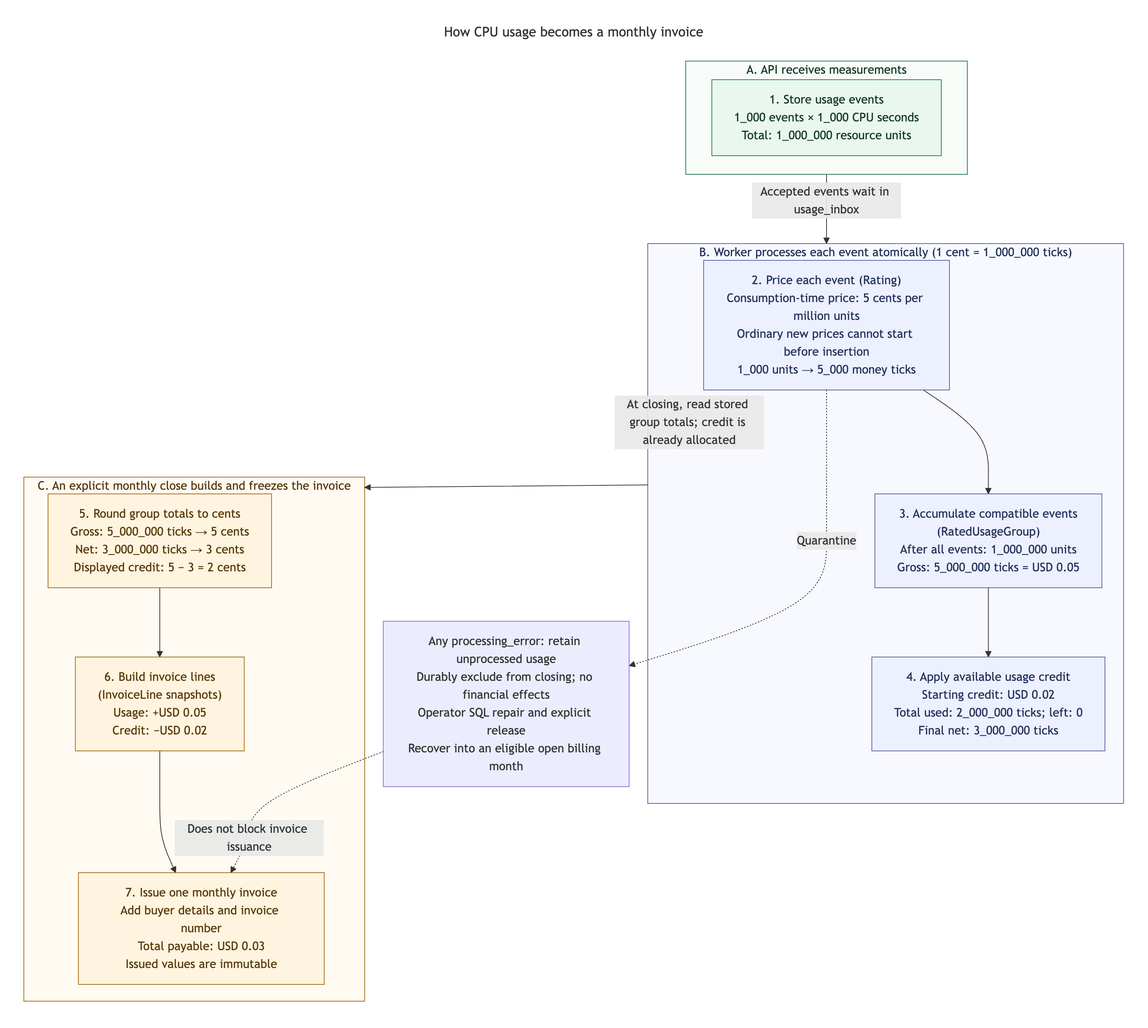
Before: docs/diagrams/usage-to-invoice/usage-to-invoice.png, a diagram exported from Mermaid (pupitooo/e2b-billing-api). Its source is kept beside it as docs/diagrams/usage-to-invoice/usage-to-invoice.mmd.
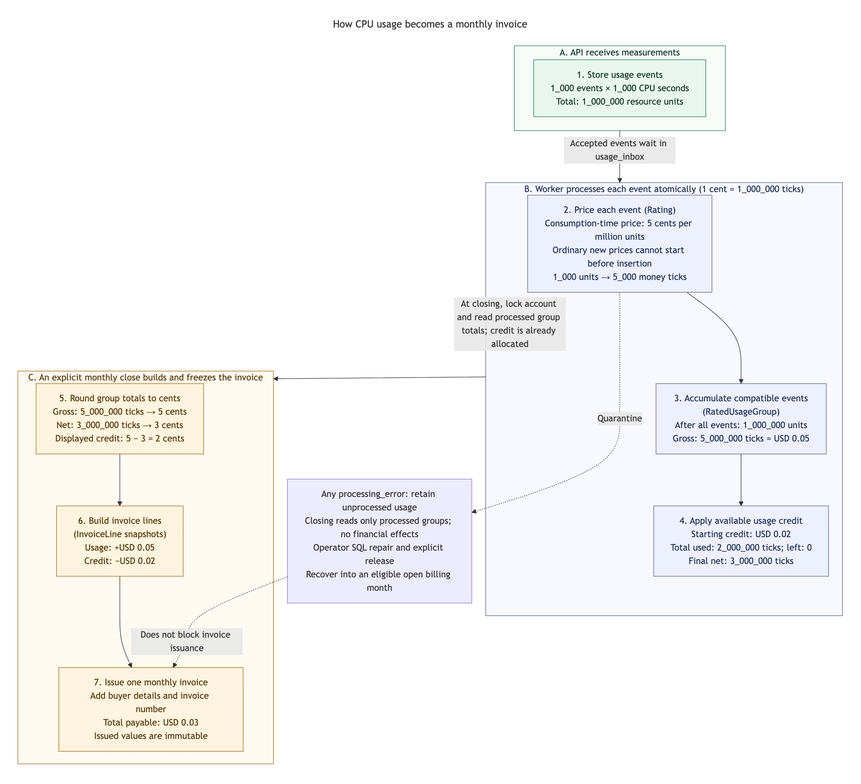
The same file after the commit.

Change to the diagram source:
```diff
@@ -31,12 +31,12 @@
         rounding --> lines --> invoice
     end
 
-    errors["Any processing_error: retain unprocessed usage<br/>Durably exclude from closing; no financial effects<br/>Operator SQL repair and explicit release<br/>Recover into an eligible open billing month"]
+    errors["Any processing_error: retain unprocessed usage<br/>Closing reads only processed groups; no financial effects<br/>Operator SQL repair and explicit release<br/>Recover into an eligible open billing month"]
     rating -.->|"Quarantine"| errors
     errors -.->|"Does not block invoice issuance"| invoice
 
     intake -->|"Accepted events wait in usage_inbox"| processing
-    processing -->|"At closing, read stored group totals; credit is already allocated"| closing
+    processing -->|"At closing, lock account and read processed group totals; credit is already allocated"| closing
 
     classDef input fill:#e9f7ee,stroke:#287d4e,color:#173b28;
     classDef accounting fill:#edf0ff,stroke:#56649c,color:#24335c;
```
